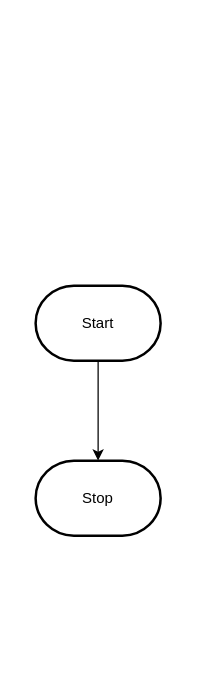
MTHS-ICS2O-2-2022/ICS2O-Unit-3-03-Colton-Grant keeps this draw.io diagram as design/flowchart.drawio. Above is the earlier version. Source tidied: cells renumbered, new cells numbered last; positions are measured from the earlier drawing's top-left corner, leaving out a move shared by most shapes. Both pictures are drawn from the tidied source at 125%, with x=0, y=0 at pixel (35, 285).
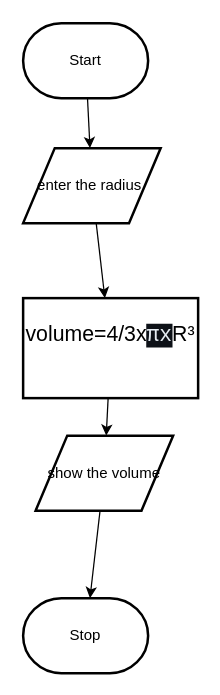
The same page after the edit.

The edit, as a diff of the source:
```diff
@@
 <mxGraphModel>
   <root>
     <mxCell id="0" />
     <mxCell id="1" parent="0" />
-    <mxCell id="2" style="edgeStyle=orthogonalEdgeStyle;html=1;rounded=0;" parent="1" edge="1" source="3" target="4">
-      <mxGeometry relative="1" as="geometry" />
-    </mxCell>
+    <mxCell id="5" style="edgeStyle=none;html=1;" parent="1" edge="1" source="3" target="7">
+      <mxGeometry relative="1" as="geometry" />
+    </mxCell>
     <mxCell id="3" value="Start" style="strokeWidth=2;html=1;shape=mxgraph.flowchart.terminator;whiteSpace=wrap;" parent="1" vertex="1">
-      <mxGeometry width="100" height="60" as="geometry" />
+      <mxGeometry x="-10" y="-210" width="100" height="60" as="geometry" />
     </mxCell>
     <mxCell id="4" value="Stop" style="strokeWidth=2;html=1;shape=mxgraph.flowchart.terminator;whiteSpace=wrap;" parent="1" vertex="1">
-      <mxGeometry y="140" width="100" height="60" as="geometry" />
+      <mxGeometry x="-10" y="250" width="100" height="60" as="geometry" />
     </mxCell>
+    <mxCell id="6" style="edgeStyle=none;html=1;" parent="1" edge="1" source="7" target="9">
+      <mxGeometry relative="1" as="geometry" />
+    </mxCell>
+    <mxCell id="7" value="&lt;font color=&quot;#000000&quot;&gt;enter the radius&amp;nbsp;&lt;/font&gt;" style="shape=parallelogram;html=1;strokeWidth=2;perimeter=parallelogramPerimeter;whiteSpace=wrap;rounded=0;arcSize=12;size=0.23;" parent="1" vertex="1">
+      <mxGeometry x="-10" y="-110" width="110" height="60" as="geometry" />
+    </mxCell>
+    <mxCell id="8" style="edgeStyle=none;html=1;" parent="1" edge="1" source="9" target="11">
+      <mxGeometry relative="1" as="geometry" />
+    </mxCell>
+    <mxCell id="9" value="&lt;font color=&quot;#000000&quot; style=&quot;font-size: 17px;&quot; class=&quot;custom-cursor-default-hover&quot;&gt;volume=4/3x&lt;span style=&quot;background-color: rgb(13, 17, 23); color: rgb(230, 237, 243); font-family: Consolas, &amp;quot;Courier New&amp;quot;, monospace;&quot;&gt;πx&lt;/span&gt;&lt;span style=&quot;background-color: initial;&quot;&gt;R&lt;/span&gt;&lt;span style=&quot;background-color: initial; font-family: sans-serif; text-align: start;&quot;&gt;³&lt;/span&gt;&lt;br&gt;&amp;nbsp;&lt;/font&gt;" style="rounded=0;whiteSpace=wrap;html=1;absoluteArcSize=1;arcSize=14;strokeWidth=2;" parent="1" vertex="1">
+      <mxGeometry x="-10" y="10" width="140" height="80" as="geometry" />
+    </mxCell>
+    <mxCell id="10" style="edgeStyle=none;html=1;" parent="1" edge="1" source="11" target="4">
+      <mxGeometry relative="1" as="geometry" />
+    </mxCell>
+    <mxCell id="11" value="show the volume" style="shape=parallelogram;html=1;strokeWidth=2;perimeter=parallelogramPerimeter;whiteSpace=wrap;rounded=0;arcSize=12;size=0.23;" parent="1" vertex="1">
+      <mxGeometry y="120" width="110" height="60" as="geometry" />
+    </mxCell>
   </root>
 </mxGraphModel>
```
